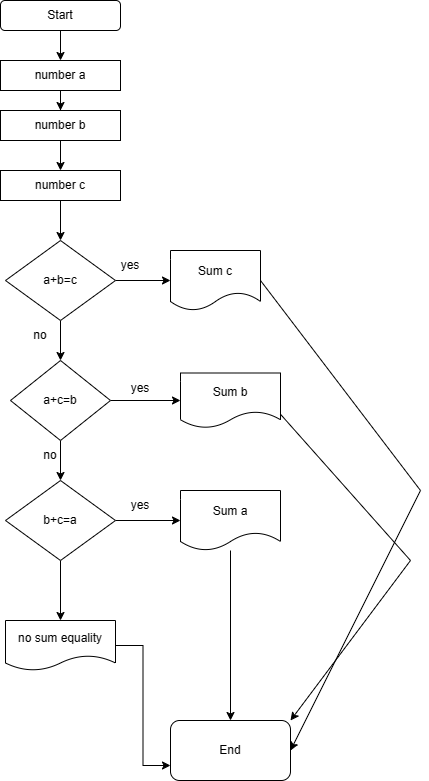
Above: hw3.png in zinula20/24.07.2023 (draw.io), before the change. Source tidied: cells renumbered, new cells last; positions are measured from the earlier drawing's top-left corner, leaving out a move shared by most shapes.
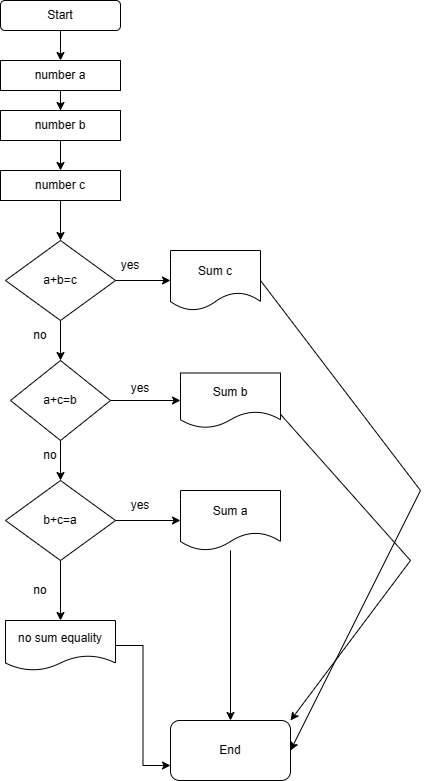
Later version of the same file.

The edit, as a diff of the source:
```diff
@@ -103,5 +103,8 @@
         </Array>
       </mxGeometry>
     </mxCell>
+    <mxCell id="33" value="no" style="text;html=1;strokeColor=none;fillColor=none;align=center;verticalAlign=middle;whiteSpace=wrap;rounded=0;" parent="1" vertex="1">
+      <mxGeometry x="10" y="575" width="60" height="30" as="geometry" />
+    </mxCell>
   </root>
 </mxGraphModel>
```
